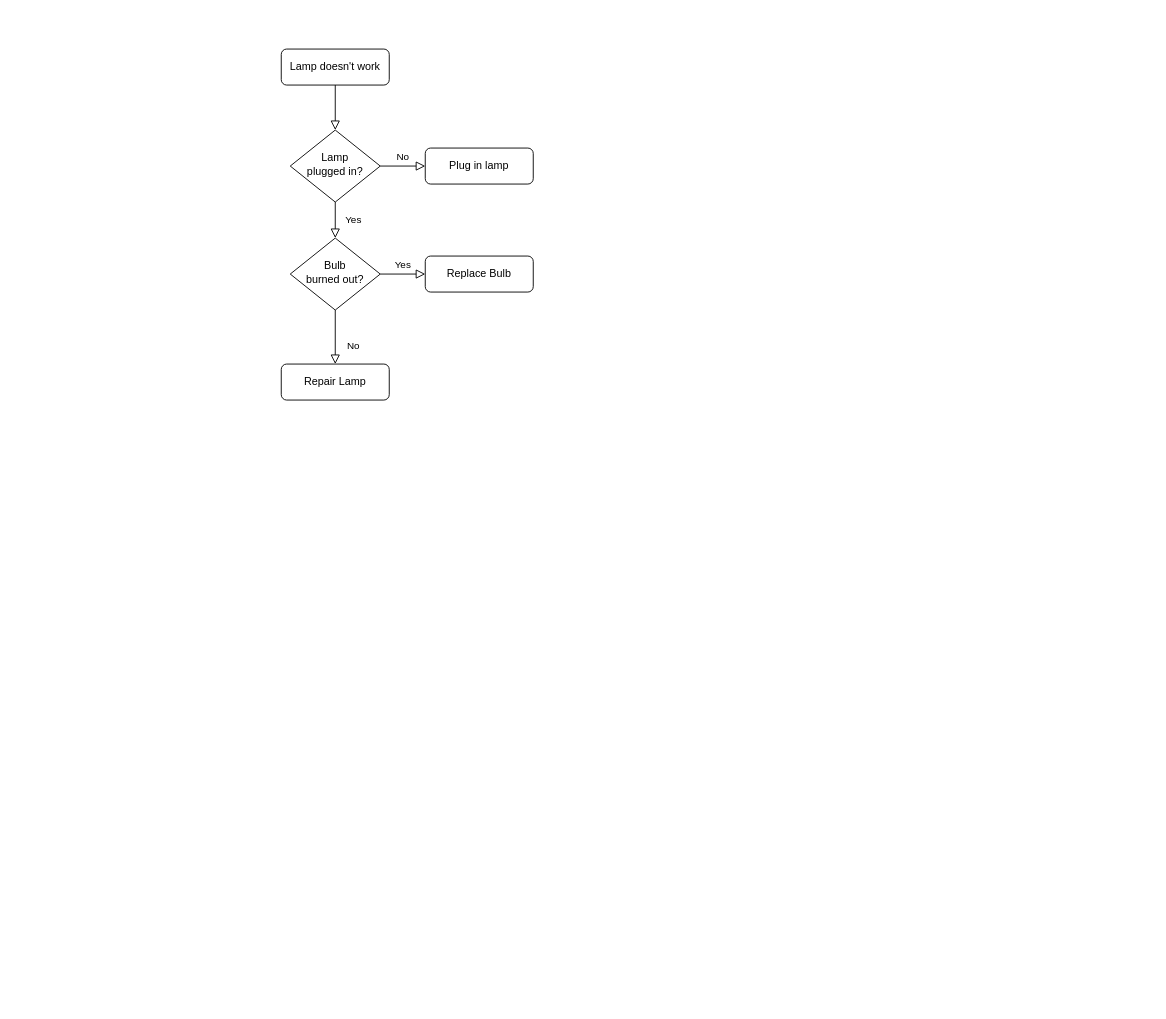
hyg4196/WEB_Project keeps this draw.io diagram as inihub_통합UI_mOTP등록.drawio. Above is the earlier version. Source tidied: cells renumbered, new cells numbered last; positions are measured from the earlier drawing's top-left corner, leaving out a move shared by most shapes. Both pictures are drawn from the tidied source at 90%, with x=0, y=0 at pixel (281, 49).
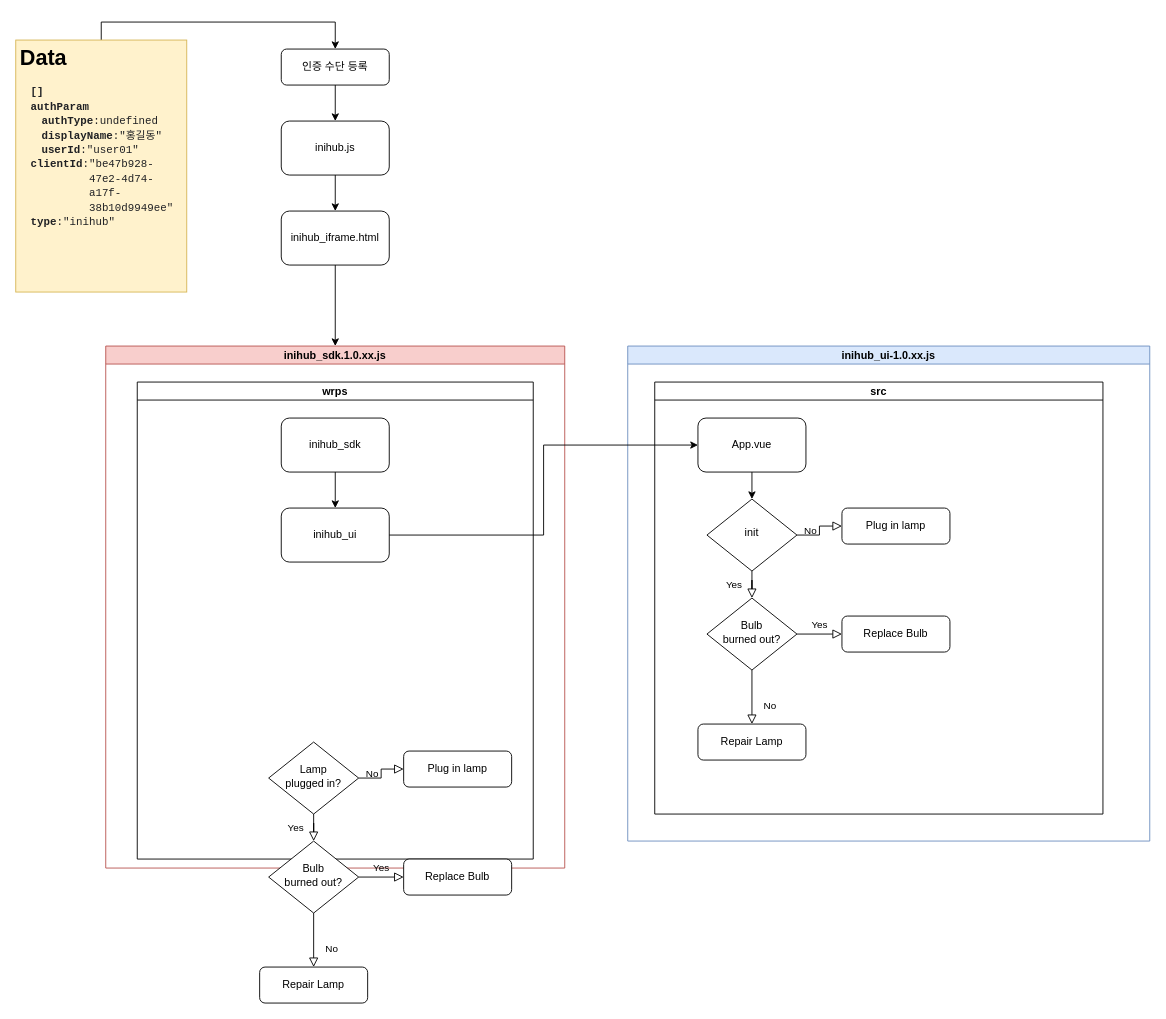
Above is the later version.

Commit message:
inihub_통합UI_mOTP등록.drawio 업데이트

Diff of the diagram source:
```diff
@@
-    <mxCell id="2" style="rounded=0;html=1;jettySize=auto;fontSize=11;endArrow=block;endFill=0;endSize=8;strokeWidth=1;shadow=0;labelBackgroundColor=none;edgeStyle=orthogonalEdgeStyle;" parent="1" edge="1" source="3" target="6">
-      <mxGeometry relative="1" as="geometry" />
-    </mxCell>
+    <mxCell id="13" style="edgeStyle=orthogonalEdgeStyle;rounded=0;jettySize=auto;html=1;entryX=0.5;entryY=0;entryDx=0;entryDy=0;" parent="1" edge="1" source="3" target="17">
+      <mxGeometry relative="1" as="geometry" />
+    </mxCell>
-    <mxCell id="3" value="Lamp doesn't work" style="rounded=1;whiteSpace=wrap;html=1;fontSize=12;glass=0;strokeWidth=1;shadow=0;" parent="1" vertex="1">
+    <mxCell id="3" value="인증 수단 등록" style="rounded=1;whiteSpace=wrap;html=1;fontSize=12;glass=0;strokeWidth=1;shadow=0;" parent="1" vertex="1">
       <mxGeometry width="120" height="40" as="geometry" />
     </mxCell>
-    <mxCell id="4" value="Yes" style="rounded=0;html=1;jettySize=auto;fontSize=11;endArrow=block;endFill=0;endSize=8;strokeWidth=1;shadow=0;labelBackgroundColor=none;edgeStyle=orthogonalEdgeStyle;" parent="1" edge="1" source="6" target="10">
-      <mxGeometry y="20" relative="1" as="geometry" />
-    </mxCell>
-    <mxCell id="5" value="No" style="edgeStyle=orthogonalEdgeStyle;rounded=0;html=1;jettySize=auto;fontSize=11;endArrow=block;endFill=0;endSize=8;strokeWidth=1;shadow=0;labelBackgroundColor=none;" parent="1" edge="1" source="6" target="7">
-      <mxGeometry y="10" relative="1" as="geometry" />
-    </mxCell>
+    <mxCell id="14" style="edgeStyle=orthogonalEdgeStyle;rounded=0;jettySize=auto;html=1;exitX=0.5;exitY=0;exitDx=0;exitDy=0;entryX=0.5;entryY=0;entryDx=0;entryDy=0;" parent="1" edge="1" source="15" target="3">
+      <mxGeometry relative="1" as="geometry" />
+    </mxCell>
+    <mxCell id="15" value="&lt;h1&gt;Data&lt;/h1&gt;&lt;ol style=&quot;box-sizing: border-box; min-width: 0px; min-height: 0px; list-style-type: none; padding-left: 12px; color: rgb(32, 33, 36); font-family: consolas, &amp;quot;lucida console&amp;quot;, &amp;quot;courier new&amp;quot;, monospace;&quot; role=&quot;group&quot; class=&quot;children expanded&quot;&gt;&lt;li style=&quot;box-sizing: border-box; min-width: 0px; min-height: 16px; text-overflow: ellipsis; position: relative; display: flex; align-items: center; user-select: text;&quot; aria-expanded=&quot;true&quot; class=&quot;parent expanded&quot; role=&quot;treeitem&quot;&gt;&lt;span style=&quot;box-sizing: border-box; min-width: 0px; min-height: 0px; color: var(--color-syntax-2); flex-shrink: 0; font-weight: bold;&quot; title=&quot;authParam&quot; class=&quot;name own-property&quot;&gt;[]&lt;/span&gt;&lt;/li&gt;&lt;li style=&quot;box-sizing: border-box; min-width: 0px; min-height: 16px; text-overflow: ellipsis; position: relative; display: flex; align-items: center; user-select: text;&quot; aria-expanded=&quot;true&quot; class=&quot;parent expanded&quot; role=&quot;treeitem&quot;&gt;&lt;span style=&quot;box-sizing: border-box; min-width: 0px; min-height: 0px; color: var(--color-syntax-2); flex-shrink: 0; font-weight: bold;&quot; title=&quot;authParam&quot; class=&quot;name own-property&quot;&gt;authParam&lt;/span&gt;&lt;span style=&quot;box-sizing: border-box; min-width: 0px; min-height: 0px; overflow: hidden; line-height: 16px; display: flex;&quot; class=&quot;name-and-value&quot;&gt;&lt;/span&gt;&lt;/li&gt;&lt;ol style=&quot;box-sizing: border-box; min-width: 0px; min-height: 0px; list-style-type: none; padding-left: 12px;&quot; role=&quot;group&quot; class=&quot;children expanded&quot;&gt;&lt;li style=&quot;box-sizing: border-box; min-width: 0px; min-height: 16px; text-overflow: ellipsis; position: relative; display: flex; align-items: center; user-select: text;&quot; role=&quot;treeitem&quot;&gt;&lt;span style=&quot;box-sizing: border-box; min-width: 0px; min-height: 0px; overflow: hidden; line-height: 16px; display: flex;&quot; class=&quot;name-and-value&quot;&gt;&lt;span style=&quot;box-sizing: border-box; min-width: 0px; min-height: 0px; color: var(--color-syntax-2); flex-shrink: 0; font-weight: bold;&quot; title=&quot;authParam.authType&quot; class=&quot;name own-property&quot;&gt;authType&lt;/span&gt;&lt;span style=&quot;box-sizing: border-box; min-width: 0px; min-height: 0px; flex-shrink: 0;&quot; class=&quot;separator&quot;&gt;: &lt;/span&gt;&lt;span style=&quot;box-sizing: border-box; min-width: 0px; min-height: 0px; color: var(--color-text-disabled);&quot; title=&quot;undefined&quot; class=&quot;object-value-undefined value&quot;&gt;undefined&lt;/span&gt;&lt;/span&gt;&lt;/li&gt;&lt;li style=&quot;box-sizing: border-box; min-width: 0px; min-height: 16px; text-overflow: ellipsis; position: relative; display: flex; align-items: center; user-select: text;&quot; role=&quot;treeitem&quot;&gt;&lt;span style=&quot;box-sizing: border-box; min-width: 0px; min-height: 0px; overflow: hidden; line-height: 16px; display: flex;&quot; class=&quot;name-and-value&quot;&gt;&lt;span style=&quot;box-sizing: border-box; min-width: 0px; min-height: 0px; color: var(--color-syntax-2); flex-shrink: 0; font-weight: bold;&quot; title=&quot;authParam.displayName&quot; class=&quot;name own-property&quot;&gt;displayName&lt;/span&gt;&lt;span style=&quot;box-sizing: border-box; min-width: 0px; min-height: 0px; flex-shrink: 0;&quot; class=&quot;separator&quot;&gt;: &lt;/span&gt;&lt;span style=&quot;box-sizing: border-box; min-width: 0px; min-height: 0px; unicode-bidi: -webkit-isolate; color: var(--color-syntax-1);&quot; title=&quot;홍길동&quot; class=&quot;object-value-string value&quot;&gt;&quot;홍길동&quot;&lt;/span&gt;&lt;/span&gt;&lt;/li&gt;&lt;li style=&quot;box-sizing: border-box; min-width: 0px; min-height: 16px; text-overflow: ellipsis; position: relative; display: flex; align-items: center; user-select: text;&quot; role=&quot;treeitem&quot;&gt;&lt;span style=&quot;box-sizing: border-box; min-width: 0px; min-height: 0px; overflow: hidden; line-height: 16px; display: flex;&quot; class=&quot;name-and-value&quot;&gt;&lt;span style=&quot;box-sizing: border-box; min-width: 0px; min-height: 0px; color: var(--color-syntax-2); flex-shrink: 0; font-weight: bold;&quot; title=&quot;authParam.userId&quot; class=&quot;name own-property&quot;&gt;userId&lt;/span&gt;&lt;span style=&quot;box-sizing: border-box; min-width: 0px; min-height: 0px; flex-shrink: 0;&quot; class=&quot;separator&quot;&gt;: &lt;/span&gt;&lt;span style=&quot;box-sizing: border-box; min-width: 0px; min-height: 0px; unicode-bidi: -webkit-isolate; color: var(--color-syntax-1);&quot; title=&quot;user01&quot; class=&quot;object-value-string value&quot;&gt;&quot;user01&quot;&lt;/span&gt;&lt;/span&gt;&lt;/li&gt;&lt;/ol&gt;&lt;li style=&quot;box-sizing: border-box; min-width: 0px; min-height: 16px; text-overflow: ellipsis; position: relative; display: flex; align-items: center; user-select: text;&quot; role=&quot;treeitem&quot;&gt;&lt;span style=&quot;box-sizing: border-box; min-width: 0px; min-height: 0px; overflow: hidden; line-height: 16px; display: flex;&quot; class=&quot;name-and-value&quot;&gt;&lt;span style=&quot;box-sizing: border-box; min-width: 0px; min-height: 0px; color: var(--color-syntax-2); flex-shrink: 0; font-weight: bold;&quot; title=&quot;clientId&quot; class=&quot;name own-property&quot;&gt;clientId&lt;/span&gt;&lt;span style=&quot;box-sizing: border-box; min-width: 0px; min-height: 0px; flex-shrink: 0;&quot; class=&quot;separator&quot;&gt;: &lt;/span&gt;&lt;span style=&quot;box-sizing: border-box; min-width: 0px; min-height: 0px; unicode-bidi: -webkit-isolate; color: var(--color-syntax-1);&quot; title=&quot;be47b928-47e2-4d74-a17f-38b10d9949ee&quot; class=&quot;object-value-string value&quot;&gt;&quot;be47b928-47e2-4d74-a17f-38b10d9949ee&quot;&lt;/span&gt;&lt;/span&gt;&lt;/li&gt;&lt;li style=&quot;box-sizing: border-box; min-width: 0px; min-height: 16px; outline-width: 0px; text-overflow: ellipsis; position: relative; display: flex; align-items: center; user-select: text;&quot; aria-selected=&quot;true&quot; class=&quot;selected&quot; tabindex=&quot;-1&quot; role=&quot;treeitem&quot;&gt;&lt;span style=&quot;box-sizing: border-box; min-width: 0px; min-height: 0px; overflow: hidden; line-height: 16px; display: flex;&quot; class=&quot;name-and-value&quot;&gt;&lt;span style=&quot;box-sizing: border-box; min-width: 0px; min-height: 0px; color: var(--color-syntax-2); flex-shrink: 0; font-weight: bold;&quot; title=&quot;type&quot; class=&quot;name own-property&quot;&gt;type&lt;/span&gt;&lt;span style=&quot;box-sizing: border-box; min-width: 0px; min-height: 0px; flex-shrink: 0;&quot; class=&quot;separator&quot;&gt;: &lt;/span&gt;&lt;span style=&quot;box-sizing: border-box; min-width: 0px; min-height: 0px; unicode-bidi: -webkit-isolate; color: var(--color-syntax-1);&quot; title=&quot;inihub&quot; class=&quot;object-value-string value&quot;&gt;&quot;inihub&quot;&lt;/span&gt;&lt;/span&gt;&lt;/li&gt;&lt;/ol&gt;" style="text;html=1;strokeColor=#d6b656;fillColor=#fff2cc;spacing=5;spacingTop=-20;whiteSpace=wrap;overflow=hidden;rounded=0;" parent="1" vertex="1">
+      <mxGeometry x="-295" y="-10" width="190" height="280" as="geometry" />
+    </mxCell>
+    <mxCell id="16" style="edgeStyle=orthogonalEdgeStyle;rounded=0;jettySize=auto;html=1;entryX=0.5;entryY=0;entryDx=0;entryDy=0;" parent="1" edge="1" source="17" target="19">
+      <mxGeometry relative="1" as="geometry" />
+    </mxCell>
+    <mxCell id="17" value="inihub.js" style="rounded=1;whiteSpace=wrap;html=1;" parent="1" vertex="1">
+      <mxGeometry y="80" width="120" height="60" as="geometry" />
+    </mxCell>
+    <mxCell id="18" style="edgeStyle=orthogonalEdgeStyle;rounded=0;jettySize=auto;html=1;entryX=0.5;entryY=0;entryDx=0;entryDy=0;" parent="1" edge="1" source="19" target="20">
+      <mxGeometry relative="1" as="geometry" />
+    </mxCell>
+    <mxCell id="19" value="inihub_iframe.html" style="rounded=1;whiteSpace=wrap;html=1;" parent="1" vertex="1">
+      <mxGeometry y="180" width="120" height="60" as="geometry" />
+    </mxCell>
+    <mxCell id="20" value="inihub_sdk.1.0.xx.js" style="swimlane;startSize=20;horizontal=1;containerType=tree;fillColor=#f8cecc;strokeColor=#b85450;" parent="1" vertex="1">
+      <mxGeometry x="-195" y="330" width="510" height="580" as="geometry" />
+    </mxCell>
+    <mxCell id="21" value="wrps" style="swimlane;startSize=20;horizontal=1;containerType=tree;" parent="20" vertex="1">
+      <mxGeometry x="35" y="40" width="440" height="530" as="geometry" />
+    </mxCell>
+    <mxCell id="22" value="inihub_sdk" style="rounded=1;whiteSpace=wrap;html=1;" parent="21" vertex="1">
+      <mxGeometry x="160" y="40" width="120" height="60" as="geometry" />
+    </mxCell>
+    <mxCell id="23" value="inihub_ui" style="rounded=1;whiteSpace=wrap;html=1;" parent="21" vertex="1">
+      <mxGeometry x="160" y="140" width="120" height="60" as="geometry" />
+    </mxCell>
+    <mxCell id="24" style="edgeStyle=orthogonalEdgeStyle;rounded=0;jettySize=auto;html=1;entryX=0.5;entryY=0;entryDx=0;entryDy=0;" parent="21" edge="1" source="22" target="23">
+      <mxGeometry relative="1" as="geometry" />
+    </mxCell>
-    <mxCell id="6" value="Lamp&lt;br&gt;plugged in?" style="rhombus;whiteSpace=wrap;html=1;shadow=0;fontFamily=Helvetica;fontSize=12;align=center;strokeWidth=1;spacing=6;spacingTop=-4;" parent="1" vertex="1">
-      <mxGeometry x="10" y="90" width="100" height="80" as="geometry" />
+    <mxCell id="6" value="Lamp&lt;br&gt;plugged in?" style="rhombus;whiteSpace=wrap;html=1;shadow=0;fontFamily=Helvetica;fontSize=12;align=center;strokeWidth=1;spacing=6;spacingTop=-4;" parent="21" vertex="1">
+      <mxGeometry x="146" y="400" width="100" height="80" as="geometry" />
     </mxCell>
-    <mxCell id="7" value="Plug in lamp" style="rounded=1;whiteSpace=wrap;html=1;fontSize=12;glass=0;strokeWidth=1;shadow=0;" parent="1" vertex="1">
-      <mxGeometry x="160" y="110" width="120" height="40" as="geometry" />
+    <mxCell id="7" value="Plug in lamp" style="rounded=1;whiteSpace=wrap;html=1;fontSize=12;glass=0;strokeWidth=1;shadow=0;" parent="21" vertex="1">
+      <mxGeometry x="296" y="410" width="120" height="40" as="geometry" />
     </mxCell>
+    <mxCell id="5" value="No" style="edgeStyle=orthogonalEdgeStyle;rounded=0;html=1;jettySize=auto;fontSize=11;endArrow=block;endFill=0;endSize=8;strokeWidth=1;shadow=0;labelBackgroundColor=none;" parent="21" edge="1" source="6" target="7">
+      <mxGeometry y="10" relative="1" as="geometry" />
+    </mxCell>
+    <mxCell id="10" value="Bulb&lt;br&gt;burned out?" style="rhombus;whiteSpace=wrap;html=1;shadow=0;fontFamily=Helvetica;fontSize=12;align=center;strokeWidth=1;spacing=6;spacingTop=-4;" parent="21" vertex="1">
+      <mxGeometry x="146" y="510" width="100" height="80" as="geometry" />
+    </mxCell>
+    <mxCell id="4" value="Yes" style="rounded=0;html=1;jettySize=auto;fontSize=11;endArrow=block;endFill=0;endSize=8;strokeWidth=1;shadow=0;labelBackgroundColor=none;edgeStyle=orthogonalEdgeStyle;" parent="21" edge="1" source="6" target="10">
+      <mxGeometry y="20" relative="1" as="geometry" />
+    </mxCell>
+    <mxCell id="11" value="Repair Lamp" style="rounded=1;whiteSpace=wrap;html=1;fontSize=12;glass=0;strokeWidth=1;shadow=0;" parent="21" vertex="1">
+      <mxGeometry x="136" y="650" width="120" height="40" as="geometry" />
+    </mxCell>
-    <mxCell id="8" value="No" style="rounded=0;html=1;jettySize=auto;fontSize=11;endArrow=block;endFill=0;endSize=8;strokeWidth=1;shadow=0;labelBackgroundColor=none;edgeStyle=orthogonalEdgeStyle;" parent="1" edge="1" source="10" target="11">
+    <mxCell id="8" value="No" style="rounded=0;html=1;jettySize=auto;fontSize=11;endArrow=block;endFill=0;endSize=8;strokeWidth=1;shadow=0;labelBackgroundColor=none;edgeStyle=orthogonalEdgeStyle;" parent="21" edge="1" source="10" target="11">
       <mxGeometry x="0.33" y="20" relative="1" as="geometry" />
     </mxCell>
+    <mxCell id="12" value="Replace Bulb" style="rounded=1;whiteSpace=wrap;html=1;fontSize=12;glass=0;strokeWidth=1;shadow=0;" parent="21" vertex="1">
+      <mxGeometry x="296" y="530" width="120" height="40" as="geometry" />
+    </mxCell>
-    <mxCell id="9" value="Yes" style="edgeStyle=orthogonalEdgeStyle;rounded=0;html=1;jettySize=auto;fontSize=11;endArrow=block;endFill=0;endSize=8;strokeWidth=1;shadow=0;labelBackgroundColor=none;" parent="1" edge="1" source="10" target="12">
+    <mxCell id="9" value="Yes" style="edgeStyle=orthogonalEdgeStyle;rounded=0;html=1;jettySize=auto;fontSize=11;endArrow=block;endFill=0;endSize=8;strokeWidth=1;shadow=0;labelBackgroundColor=none;" parent="21" edge="1" source="10" target="12">
       <mxGeometry y="10" relative="1" as="geometry" />
     </mxCell>
-    <mxCell id="10" value="Bulb&lt;br&gt;burned out?" style="rhombus;whiteSpace=wrap;html=1;shadow=0;fontFamily=Helvetica;fontSize=12;align=center;strokeWidth=1;spacing=6;spacingTop=-4;" parent="1" vertex="1">
-      <mxGeometry x="10" y="210" width="100" height="80" as="geometry" />
-    </mxCell>
-    <mxCell id="11" value="Repair Lamp" style="rounded=1;whiteSpace=wrap;html=1;fontSize=12;glass=0;strokeWidth=1;shadow=0;" parent="1" vertex="1">
-      <mxGeometry y="350" width="120" height="40" as="geometry" />
-    </mxCell>
-    <mxCell id="12" value="Replace Bulb" style="rounded=1;whiteSpace=wrap;html=1;fontSize=12;glass=0;strokeWidth=1;shadow=0;" parent="1" vertex="1">
-      <mxGeometry x="160" y="230" width="120" height="40" as="geometry" />
-    </mxCell>
+    <mxCell id="25" value="inihub_ui-1.0.xx.js" style="swimlane;startSize=20;horizontal=1;containerType=tree;fillColor=#dae8fc;strokeColor=#6c8ebf;" parent="1" vertex="1">
+      <mxGeometry x="385" y="330" width="580" height="550" as="geometry" />
+    </mxCell>
+    <mxCell id="26" value="src" style="swimlane;startSize=20;horizontal=1;containerType=tree;" parent="25" vertex="1">
+      <mxGeometry x="30" y="40" width="498" height="480" as="geometry" />
+    </mxCell>
+    <mxCell id="27" style="edgeStyle=orthogonalEdgeStyle;rounded=0;jettySize=auto;html=1;exitX=0.5;exitY=1;exitDx=0;exitDy=0;entryX=0.5;entryY=0;entryDx=0;entryDy=0;" parent="26" edge="1" source="28" target="29">
+      <mxGeometry relative="1" as="geometry" />
+    </mxCell>
+    <mxCell id="28" value="App.vue" style="rounded=1;whiteSpace=wrap;html=1;" parent="26" vertex="1">
+      <mxGeometry x="48" y="40" width="120" height="60" as="geometry" />
+    </mxCell>
+    <mxCell id="29" value="init" style="rhombus;whiteSpace=wrap;html=1;shadow=0;fontFamily=Helvetica;fontSize=12;align=center;strokeWidth=1;spacing=6;spacingTop=-4;" parent="26" vertex="1">
+      <mxGeometry x="58" y="130" width="100" height="80" as="geometry" />
+    </mxCell>
+    <mxCell id="30" value="Plug in lamp" style="rounded=1;whiteSpace=wrap;html=1;fontSize=12;glass=0;strokeWidth=1;shadow=0;" parent="26" vertex="1">
+      <mxGeometry x="208" y="140" width="120" height="40" as="geometry" />
+    </mxCell>
+    <mxCell id="31" value="No" style="edgeStyle=orthogonalEdgeStyle;rounded=0;html=1;jettySize=auto;fontSize=11;endArrow=block;endFill=0;endSize=8;strokeWidth=1;shadow=0;labelBackgroundColor=none;" parent="26" edge="1" source="29" target="30">
+      <mxGeometry y="10" relative="1" as="geometry" />
+    </mxCell>
+    <mxCell id="32" value="Bulb&lt;br&gt;burned out?" style="rhombus;whiteSpace=wrap;html=1;shadow=0;fontFamily=Helvetica;fontSize=12;align=center;strokeWidth=1;spacing=6;spacingTop=-4;" parent="26" vertex="1">
+      <mxGeometry x="58" y="240" width="100" height="80" as="geometry" />
+    </mxCell>
+    <mxCell id="33" value="Yes" style="rounded=0;html=1;jettySize=auto;fontSize=11;endArrow=block;endFill=0;endSize=8;strokeWidth=1;shadow=0;labelBackgroundColor=none;edgeStyle=orthogonalEdgeStyle;" parent="26" edge="1" source="29" target="32">
+      <mxGeometry y="20" relative="1" as="geometry" />
+    </mxCell>
+    <mxCell id="34" value="Repair Lamp" style="rounded=1;whiteSpace=wrap;html=1;fontSize=12;glass=0;strokeWidth=1;shadow=0;" parent="26" vertex="1">
+      <mxGeometry x="48" y="380" width="120" height="40" as="geometry" />
+    </mxCell>
+    <mxCell id="35" value="No" style="rounded=0;html=1;jettySize=auto;fontSize=11;endArrow=block;endFill=0;endSize=8;strokeWidth=1;shadow=0;labelBackgroundColor=none;edgeStyle=orthogonalEdgeStyle;" parent="26" edge="1" source="32" target="34">
+      <mxGeometry x="0.33" y="20" relative="1" as="geometry" />
+    </mxCell>
+    <mxCell id="36" value="Replace Bulb" style="rounded=1;whiteSpace=wrap;html=1;fontSize=12;glass=0;strokeWidth=1;shadow=0;" parent="26" vertex="1">
+      <mxGeometry x="208" y="260" width="120" height="40" as="geometry" />
+    </mxCell>
+    <mxCell id="37" value="Yes" style="edgeStyle=orthogonalEdgeStyle;rounded=0;html=1;jettySize=auto;fontSize=11;endArrow=block;endFill=0;endSize=8;strokeWidth=1;shadow=0;labelBackgroundColor=none;" parent="26" edge="1" source="32" target="36">
+      <mxGeometry y="10" relative="1" as="geometry" />
+    </mxCell>
+    <mxCell id="38" style="edgeStyle=orthogonalEdgeStyle;rounded=0;jettySize=auto;html=1;entryX=0;entryY=0.5;entryDx=0;entryDy=0;" parent="1" edge="1" source="23" target="28">
+      <mxGeometry relative="1" as="geometry" />
+    </mxCell>
```
